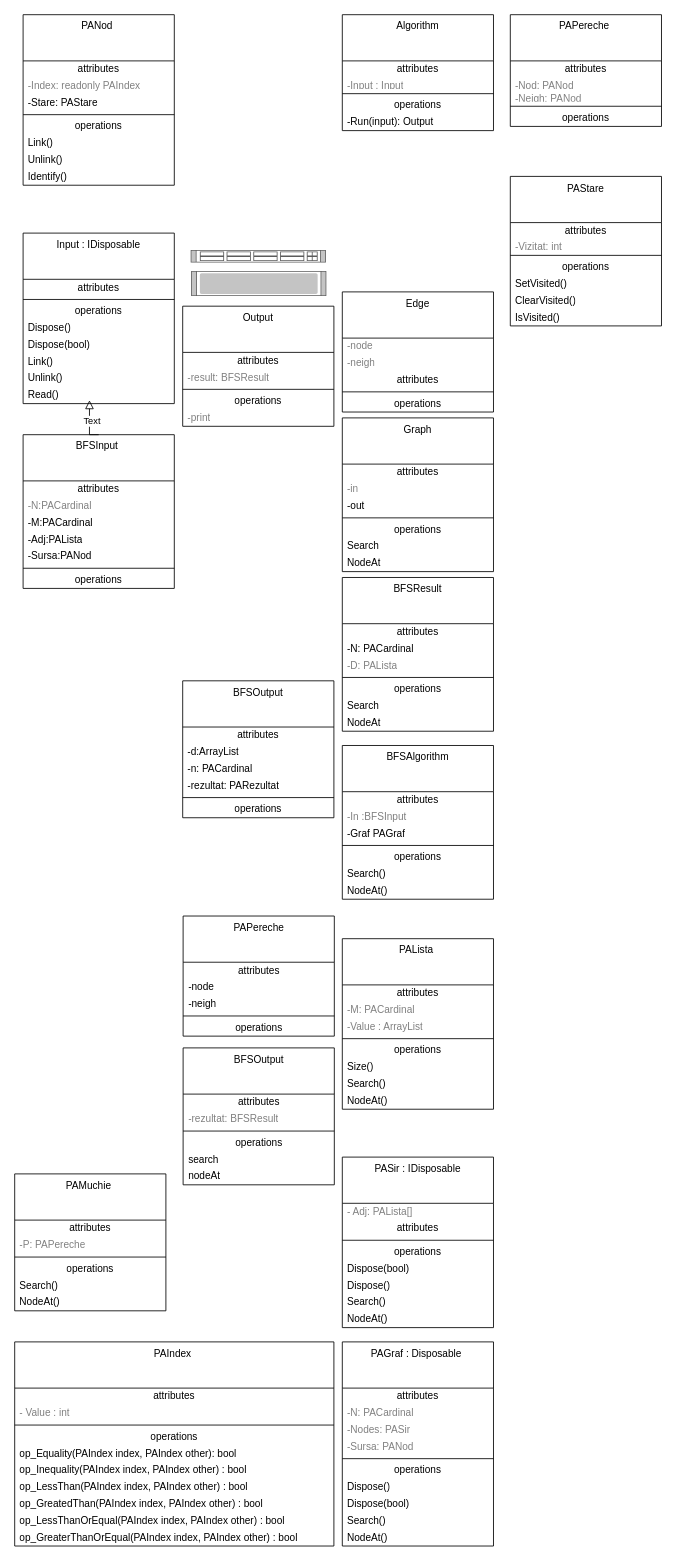
The draw.io diagram Untitled Diagram.drawio in Cristof17/PALibrary, before the edit. Source tidied: cells renumbered, new cells numbered last; positions are measured from the earlier drawing's top-left corner, leaving out a move shared by most shapes. Both pictures are drawn from the tidied source at 84%, with x=0, y=0 at pixel (14, 14).
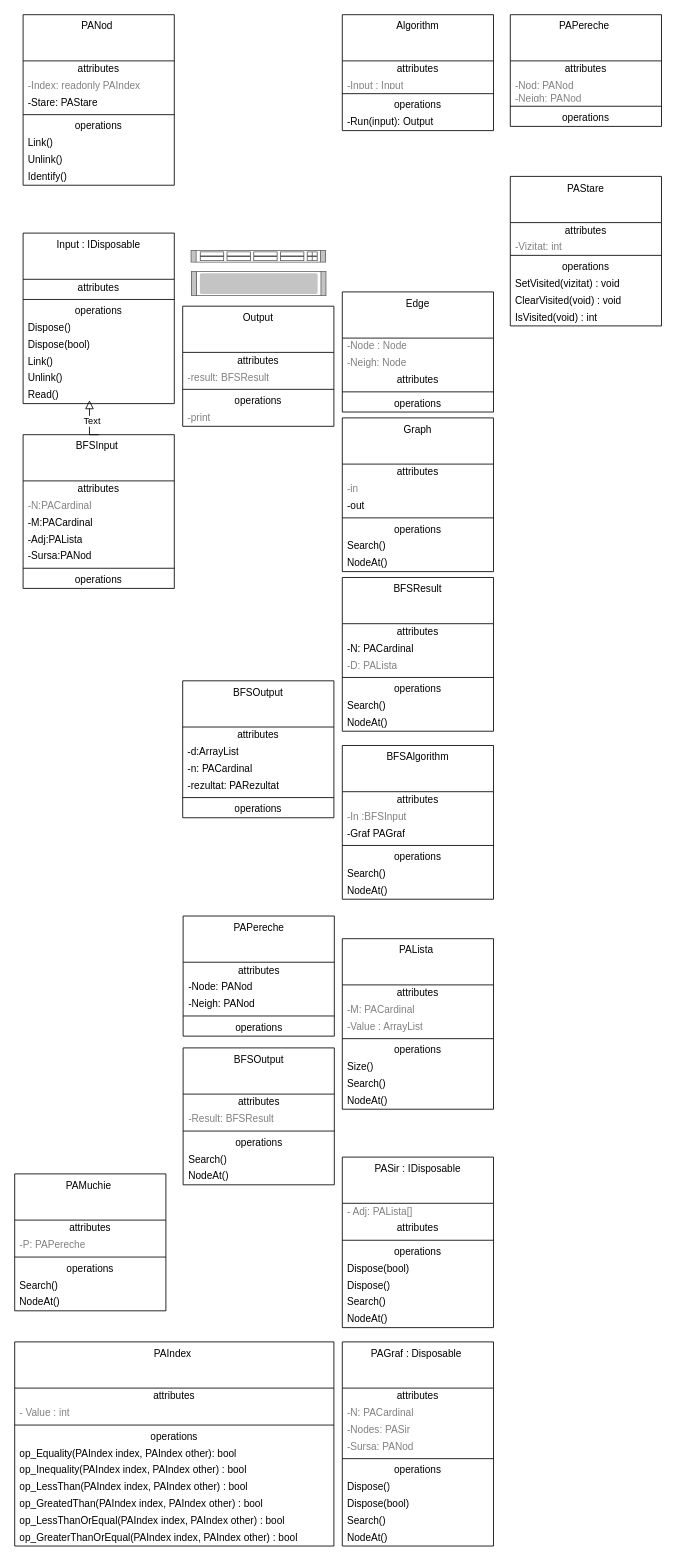
Above is the later version.

Unchanged cells that the change refers to:
```xml
<mxCell id="32" value="Edge" style="swimlane;fontStyle=0;align=center;verticalAlign=top;horizontal=1;startSize=55;html=1;whiteSpace=wrap;" parent="1" vertex="1">
  <mxGeometry x="390" y="330" width="180" height="143" as="geometry" />
</mxCell>
<mxCell id="53" value="Graph" style="swimlane;fontStyle=0;align=center;verticalAlign=top;horizontal=1;startSize=55;html=1;whiteSpace=wrap;" parent="1" vertex="1">
  <mxGeometry x="390" y="480" width="180" height="183" as="geometry" />
</mxCell>
<mxCell id="61" value="PAPereche" style="swimlane;fontStyle=0;align=center;verticalAlign=top;horizontal=1;startSize=55;html=1;whiteSpace=wrap;" parent="1" vertex="1">
  <mxGeometry x="200.5" y="1073" width="180" height="143" as="geometry" />
</mxCell>
<mxCell id="67" value="BFSResult" style="swimlane;fontStyle=0;align=center;verticalAlign=top;horizontal=1;startSize=55;html=1;whiteSpace=wrap;" parent="1" vertex="1">
  <mxGeometry x="390" y="670" width="180" height="183" as="geometry" />
</mxCell>
<mxCell id="116" value="PAStare" style="swimlane;fontStyle=0;align=center;verticalAlign=top;horizontal=1;startSize=55;html=1;whiteSpace=wrap;" parent="1" vertex="1">
  <mxGeometry x="590" y="192.5" width="180" height="178" as="geometry" />
</mxCell>
<mxCell id="126" value="BFSOutput" style="swimlane;fontStyle=0;align=center;verticalAlign=top;horizontal=1;startSize=55;html=1;whiteSpace=wrap;" parent="1" vertex="1">
  <mxGeometry x="200.5" y="1230" width="180" height="163" as="geometry" />
</mxCell>
```

Diff of the diagram source:
```diff
@@
-    <mxCell id="33" value="-node" style="text;html=1;strokeColor=none;fillColor=none;align=left;verticalAlign=middle;spacingLeft=4;spacingRight=4;overflow=hidden;fontColor=#808080;whiteSpace=wrap;" parent="32" vertex="1">
+    <mxCell id="33" value="-Node : Node" style="text;html=1;strokeColor=none;fillColor=none;align=left;verticalAlign=middle;spacingLeft=4;spacingRight=4;overflow=hidden;fontColor=#808080;whiteSpace=wrap;" parent="32" vertex="1">
       <mxGeometry y="55" width="180" height="20" as="geometry" />
     </mxCell>
-    <mxCell id="34" value="-neigh" style="text;html=1;strokeColor=none;fillColor=none;align=left;verticalAlign=middle;spacingLeft=4;spacingRight=4;overflow=hidden;fontColor=#808080;whiteSpace=wrap;" parent="32" vertex="1">
+    <mxCell id="34" value="-Neigh: Node" style="text;html=1;strokeColor=none;fillColor=none;align=left;verticalAlign=middle;spacingLeft=4;spacingRight=4;overflow=hidden;fontColor=#808080;whiteSpace=wrap;" parent="32" vertex="1">
       <mxGeometry y="75" width="180" height="20" as="geometry" />
     </mxCell>
@@
-    <mxCell id="59" value="Search" style="text;html=1;strokeColor=none;fillColor=none;align=left;verticalAlign=middle;spacingLeft=4;spacingRight=4;overflow=hidden;whiteSpace=wrap;" parent="53" vertex="1">
+    <mxCell id="59" value="Search()" style="text;html=1;strokeColor=none;fillColor=none;align=left;verticalAlign=middle;spacingLeft=4;spacingRight=4;overflow=hidden;whiteSpace=wrap;" parent="53" vertex="1">
       <mxGeometry y="143" width="180" height="20" as="geometry" />
     </mxCell>
-    <mxCell id="60" value="NodeAt" style="text;html=1;strokeColor=none;fillColor=none;align=left;verticalAlign=middle;spacingLeft=4;spacingRight=4;overflow=hidden;whiteSpace=wrap;" parent="53" vertex="1">
+    <mxCell id="60" value="NodeAt()" style="text;html=1;strokeColor=none;fillColor=none;align=left;verticalAlign=middle;spacingLeft=4;spacingRight=4;overflow=hidden;whiteSpace=wrap;" parent="53" vertex="1">
       <mxGeometry y="163" width="180" height="20" as="geometry" />
     </mxCell>
@@
-    <mxCell id="63" value="-node" style="text;html=1;strokeColor=none;fillColor=none;align=left;verticalAlign=middle;spacingLeft=4;spacingRight=4;overflow=hidden;whiteSpace=wrap;" parent="61" vertex="1">
+    <mxCell id="63" value="-Node: PANod" style="text;html=1;strokeColor=none;fillColor=none;align=left;verticalAlign=middle;spacingLeft=4;spacingRight=4;overflow=hidden;whiteSpace=wrap;" parent="61" vertex="1">
       <mxGeometry y="75" width="180" height="20" as="geometry" />
     </mxCell>
-    <mxCell id="64" value="-neigh" style="text;html=1;strokeColor=none;fillColor=none;align=left;verticalAlign=middle;spacingLeft=4;spacingRight=4;overflow=hidden;whiteSpace=wrap;" parent="61" vertex="1">
+    <mxCell id="64" value="-Neigh: PANod" style="text;html=1;strokeColor=none;fillColor=none;align=left;verticalAlign=middle;spacingLeft=4;spacingRight=4;overflow=hidden;whiteSpace=wrap;" parent="61" vertex="1">
       <mxGeometry y="95" width="180" height="20" as="geometry" />
     </mxCell>
@@
-    <mxCell id="73" value="Search" style="text;html=1;strokeColor=none;fillColor=none;align=left;verticalAlign=middle;spacingLeft=4;spacingRight=4;overflow=hidden;whiteSpace=wrap;" parent="67" vertex="1">
+    <mxCell id="73" value="Search()" style="text;html=1;strokeColor=none;fillColor=none;align=left;verticalAlign=middle;spacingLeft=4;spacingRight=4;overflow=hidden;whiteSpace=wrap;" parent="67" vertex="1">
       <mxGeometry y="143" width="180" height="20" as="geometry" />
     </mxCell>
-    <mxCell id="74" value="NodeAt" style="text;html=1;strokeColor=none;fillColor=none;align=left;verticalAlign=middle;spacingLeft=4;spacingRight=4;overflow=hidden;whiteSpace=wrap;" parent="67" vertex="1">
+    <mxCell id="74" value="NodeAt()" style="text;html=1;strokeColor=none;fillColor=none;align=left;verticalAlign=middle;spacingLeft=4;spacingRight=4;overflow=hidden;whiteSpace=wrap;" parent="67" vertex="1">
       <mxGeometry y="163" width="180" height="20" as="geometry" />
     </mxCell>
@@
-    <mxCell id="121" value="SetVisited()" style="text;html=1;strokeColor=none;fillColor=none;align=left;verticalAlign=middle;spacingLeft=4;spacingRight=4;overflow=hidden;whiteSpace=wrap;" parent="116" vertex="1">
+    <mxCell id="121" value="SetVisited(vizitat) : void" style="text;html=1;strokeColor=none;fillColor=none;align=left;verticalAlign=middle;spacingLeft=4;spacingRight=4;overflow=hidden;whiteSpace=wrap;" parent="116" vertex="1">
       <mxGeometry y="118" width="180" height="20" as="geometry" />
     </mxCell>
-    <mxCell id="122" value="ClearVisited()" style="text;html=1;strokeColor=none;fillColor=none;align=left;verticalAlign=middle;spacingLeft=4;spacingRight=4;overflow=hidden;whiteSpace=wrap;" parent="116" vertex="1">
+    <mxCell id="122" value="ClearVisited(void) : void" style="text;html=1;strokeColor=none;fillColor=none;align=left;verticalAlign=middle;spacingLeft=4;spacingRight=4;overflow=hidden;whiteSpace=wrap;" parent="116" vertex="1">
       <mxGeometry y="138" width="180" height="20" as="geometry" />
     </mxCell>
-    <mxCell id="123" value="IsVisited()" style="text;html=1;strokeColor=none;fillColor=none;align=left;verticalAlign=middle;spacingLeft=4;spacingRight=4;overflow=hidden;whiteSpace=wrap;" parent="116" vertex="1">
+    <mxCell id="123" value="IsVisited(void) : int" style="text;html=1;strokeColor=none;fillColor=none;align=left;verticalAlign=middle;spacingLeft=4;spacingRight=4;overflow=hidden;whiteSpace=wrap;" parent="116" vertex="1">
       <mxGeometry y="158" width="180" height="20" as="geometry" />
     </mxCell>
@@
-    <mxCell id="128" value="-rezultat: BFSResult" style="text;html=1;strokeColor=none;fillColor=none;align=left;verticalAlign=middle;spacingLeft=4;spacingRight=4;overflow=hidden;fontColor=#808080;whiteSpace=wrap;" parent="126" vertex="1">
+    <mxCell id="128" value="-Result: BFSResult" style="text;html=1;strokeColor=none;fillColor=none;align=left;verticalAlign=middle;spacingLeft=4;spacingRight=4;overflow=hidden;fontColor=#808080;whiteSpace=wrap;" parent="126" vertex="1">
       <mxGeometry y="75" width="180" height="20" as="geometry" />
     </mxCell>
@@
-    <mxCell id="131" value="search" style="text;html=1;strokeColor=none;fillColor=none;align=left;verticalAlign=middle;spacingLeft=4;spacingRight=4;overflow=hidden;whiteSpace=wrap;" parent="126" vertex="1">
+    <mxCell id="131" value="Search()" style="text;html=1;strokeColor=none;fillColor=none;align=left;verticalAlign=middle;spacingLeft=4;spacingRight=4;overflow=hidden;whiteSpace=wrap;" parent="126" vertex="1">
       <mxGeometry y="123" width="180" height="20" as="geometry" />
     </mxCell>
-    <mxCell id="132" value="nodeAt" style="text;html=1;strokeColor=none;fillColor=none;align=left;verticalAlign=middle;spacingLeft=4;spacingRight=4;overflow=hidden;whiteSpace=wrap;" parent="126" vertex="1">
+    <mxCell id="132" value="NodeAt()" style="text;html=1;strokeColor=none;fillColor=none;align=left;verticalAlign=middle;spacingLeft=4;spacingRight=4;overflow=hidden;whiteSpace=wrap;" parent="126" vertex="1">
       <mxGeometry y="143" width="180" height="20" as="geometry" />
     </mxCell>
```
